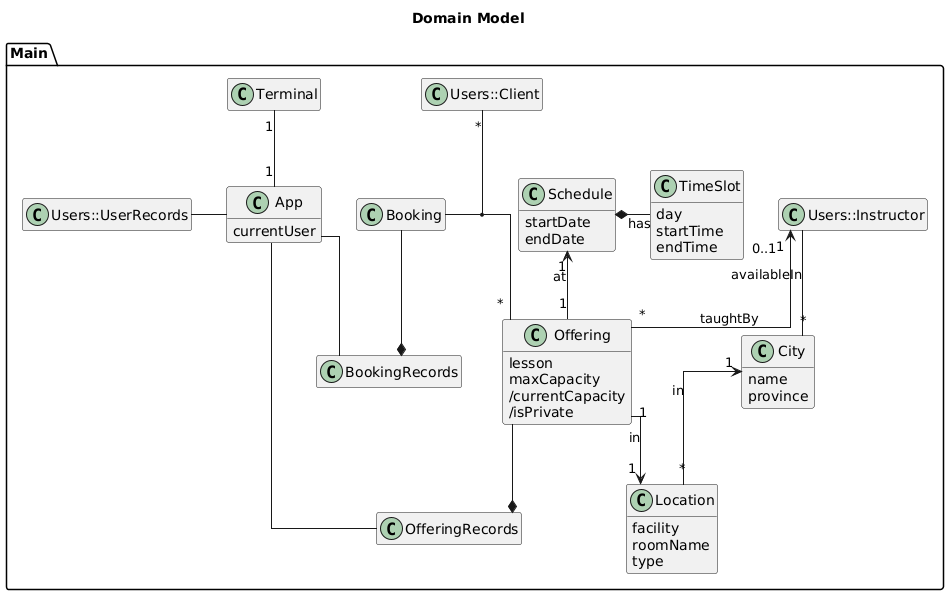
Above: diagrams/out/domain-model/Domain Model.png in NathanGrenier/SOEN-342-Project (PlantUML), before the change.
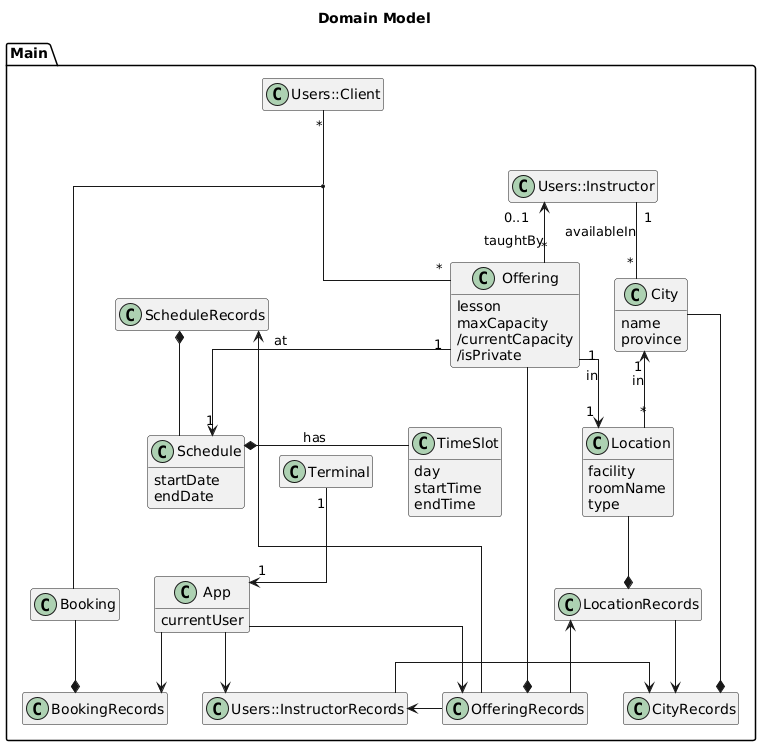
Later version of the same file.

The edit, as a diff of the source:
```diff
@@ -10,20 +10,23 @@
         currentUser
     }
 
-    class UserRecords as "Users::UserRecords"  {}
+    class InstructorRecords as "Users::InstructorRecords"  {}
     class Client as "Users::Client" {}
     class Instructor as "Users::Instructor" {}
 
+    class CityRecords {}
     class City {
         name
         province
     }
+    class LocationRecords {}
     class Location {
         facility
         roomName
         type
     }
 
+    class ScheduleRecords {}
     class Schedule {
         startDate
         endDate
@@ -45,18 +48,31 @@
     class BookingRecords {}
     class Booking {}
 
-    App "1" -up- "1" Terminal
-    App -left- UserRecords
-    App -- OfferingRecords
-    App -- BookingRecords
+    App "1" <-up- "1" Terminal
+    App --> OfferingRecords
+    App --> BookingRecords
+    App -> InstructorRecords
+
+    InstructorRecords -> CityRecords
+
+    City -* CityRecords
 
     Location "*" -up-> "1" City: in
 
+    LocationRecords --> CityRecords
+    LocationRecords *-up- Location
+    LocationRecords <-- OfferingRecords
+
     Schedule *- TimeSlot: has
 
+    ScheduleRecords *-- Schedule
+    ScheduleRecords <-- OfferingRecords
+
     Offering --* OfferingRecords
-    Offering "1" -up-> "1" Schedule: at
+    Offering "1" --> "1" Schedule: at
     Offering "1" --> "1" Location: in
+
+    OfferingRecords -> InstructorRecords
 
     Instructor "1" -- "*" City: availableIn
     Instructor "0..1" <-- "*" Offering: taughtBy
```
